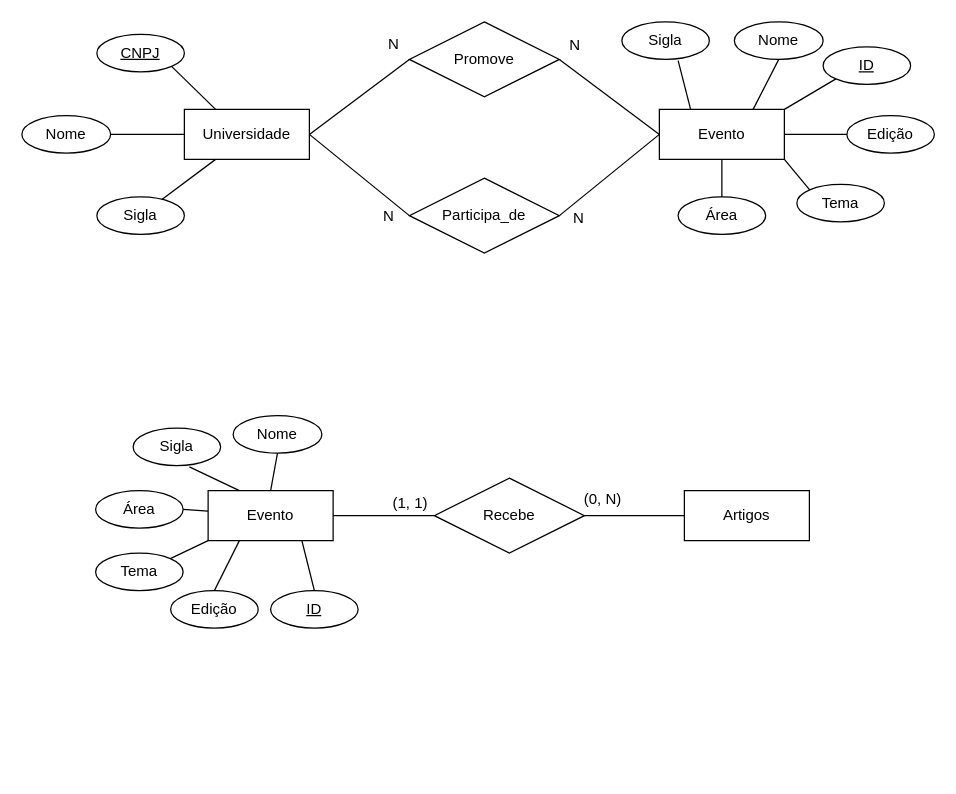
This is BD Semana1 Ex1-2.drawio from alinesp28/Banco-de-Dados, a draw.io file, before an edit. Source tidied: cells renumbered, new cells numbered last; positions are measured from the earlier drawing's top-left corner, leaving out a move shared by most shapes. Both pictures are drawn from the tidied source at 125%, with x=0, y=0 at pixel (21, 21).
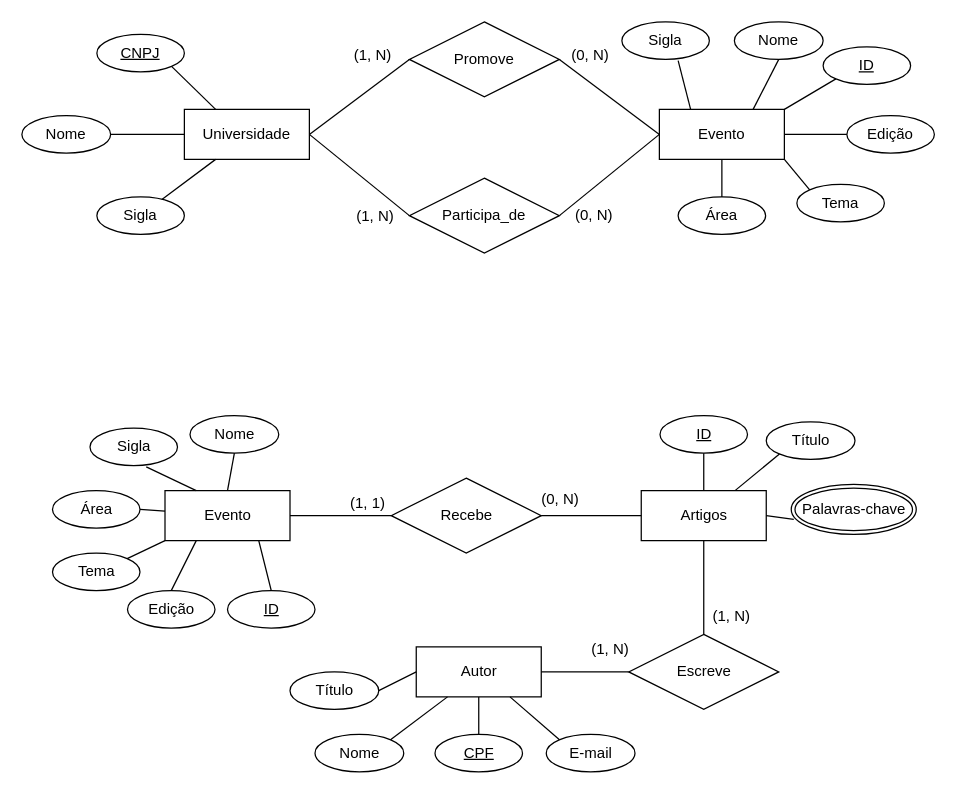
Above is the later version.

Commit message:
Complementando a implementação que estava faltando

The change refers to these unchanged cells:
```xml
<mxCell id="5" style="endArrow=none;html=1;rounded=0;exitX=1;exitY=0.5;exitDx=0;exitDy=0;entryX=0;entryY=0.5;entryDx=0;entryDy=0;" parent="1" edge="1" source="3" target="4">
  <mxGeometry relative="1" as="geometry" />
</mxCell>
<mxCell id="7" style="endArrow=none;html=1;rounded=0;entryX=1;entryY=0.5;entryDx=0;entryDy=0;exitX=0;exitY=0.5;exitDx=0;exitDy=0;" parent="1" edge="1" source="2" target="4">
  <mxGeometry relative="1" as="geometry" />
</mxCell>
<mxCell id="28" style="endArrow=none;html=1;rounded=0;exitX=1;exitY=0.5;exitDx=0;exitDy=0;entryX=0;entryY=0.5;entryDx=0;entryDy=0;" parent="1" edge="1" source="3" target="24">
  <mxGeometry relative="1" as="geometry" />
</mxCell>
<mxCell id="30" style="endArrow=none;html=1;rounded=0;entryX=1;entryY=0.5;entryDx=0;entryDy=0;exitX=0;exitY=0.5;exitDx=0;exitDy=0;" parent="1" edge="1" source="2" target="24">
  <mxGeometry relative="1" as="geometry" />
</mxCell>
```

Change to the diagram source:
```diff
@@
-    <mxCell id="6" value="N" style="html=1;align=right;verticalAlign=bottom;" parent="5" vertex="1">
+    <mxCell id="6" value="(1, N)" style="html=1;align=right;verticalAlign=bottom;" parent="5" vertex="1">
       <mxGeometry x="1" relative="1" as="geometry">
-        <mxPoint x="-8" y="-4" as="offset" />
+        <mxPoint x="-14" y="5" as="offset" />
       </mxGeometry>
     </mxCell>
@@
-    <mxCell id="8" value="N" style="html=1;align=right;verticalAlign=bottom;" parent="7" vertex="1">
+    <mxCell id="8" value="(0, N)" style="html=1;align=right;verticalAlign=bottom;" parent="7" vertex="1">
       <mxGeometry x="1" relative="1" as="geometry">
-        <mxPoint x="17" y="-3" as="offset" />
+        <mxPoint x="40" y="5" as="offset" />
       </mxGeometry>
     </mxCell>
@@
-    <mxCell id="29" value="N" style="html=1;align=right;verticalAlign=bottom;" parent="28" vertex="1">
+    <mxCell id="29" value="(1, N)" style="html=1;align=right;verticalAlign=bottom;" parent="28" vertex="1">
       <mxGeometry x="1" relative="1" as="geometry">
         <mxPoint x="-12" y="9" as="offset" />
       </mxGeometry>
     </mxCell>
@@
-    <mxCell id="31" value="N" style="html=1;align=right;verticalAlign=bottom;" parent="30" vertex="1">
+    <mxCell id="31" value="(0, N)" style="html=1;align=right;verticalAlign=bottom;" parent="30" vertex="1">
       <mxGeometry x="1" relative="1" as="geometry">
-        <mxPoint x="20" y="10" as="offset" />
+        <mxPoint x="43" y="8" as="offset" />
       </mxGeometry>
     </mxCell>
     <mxCell id="32" value="Evento" style="whiteSpace=wrap;html=1;align=center;" parent="1" vertex="1">
-      <mxGeometry x="149" y="375" width="100" height="40" as="geometry" />
+      <mxGeometry x="114.5" y="375" width="100" height="40" as="geometry" />
     </mxCell>
     <mxCell id="33" value="Nome" style="ellipse;whiteSpace=wrap;html=1;align=center;" parent="1" vertex="1">
-      <mxGeometry x="169" y="315" width="71" height="30" as="geometry" />
+      <mxGeometry x="134.5" y="315" width="71" height="30" as="geometry" />
     </mxCell>
@@
     <mxCell id="35" value="ID" style="ellipse;whiteSpace=wrap;html=1;align=center;fontStyle=4;" parent="1" vertex="1">
-      <mxGeometry x="199" y="455" width="70" height="30" as="geometry" />
+      <mxGeometry x="164.5" y="455" width="70" height="30" as="geometry" />
     </mxCell>
     <mxCell id="36" value="Sigla" style="ellipse;whiteSpace=wrap;html=1;align=center;" parent="1" vertex="1">
-      <mxGeometry x="89" y="325" width="70" height="30" as="geometry" />
+      <mxGeometry x="54.5" y="325" width="70" height="30" as="geometry" />
     </mxCell>
     <mxCell id="37" value="Edição" style="ellipse;whiteSpace=wrap;html=1;align=center;" parent="1" vertex="1">
-      <mxGeometry x="119" y="455" width="70" height="30" as="geometry" />
+      <mxGeometry x="84.5" y="455" width="70" height="30" as="geometry" />
     </mxCell>
     <mxCell id="38" value="Tema" style="ellipse;whiteSpace=wrap;html=1;align=center;" parent="1" vertex="1">
-      <mxGeometry x="59" y="425" width="70" height="30" as="geometry" />
+      <mxGeometry x="24.5" y="425" width="70" height="30" as="geometry" />
     </mxCell>
     <mxCell id="39" value="Área" style="ellipse;whiteSpace=wrap;html=1;align=center;" parent="1" vertex="1">
-      <mxGeometry x="59" y="375" width="70" height="30" as="geometry" />
+      <mxGeometry x="24.5" y="375" width="70" height="30" as="geometry" />
     </mxCell>
@@
     <mxCell id="45" value="Recebe" style="shape=rhombus;perimeter=rhombusPerimeter;whiteSpace=wrap;html=1;align=center;" parent="1" vertex="1">
-      <mxGeometry x="330" y="365" width="120" height="60" as="geometry" />
+      <mxGeometry x="295.5" y="365" width="120" height="60" as="geometry" />
     </mxCell>
     <mxCell id="46" value="Artigos" style="whiteSpace=wrap;html=1;align=center;" parent="1" vertex="1">
-      <mxGeometry x="530" y="375" width="100" height="40" as="geometry" />
+      <mxGeometry x="495.5" y="375" width="100" height="40" as="geometry" />
     </mxCell>
@@
+    <mxCell id="51" value="ID" style="ellipse;whiteSpace=wrap;html=1;align=center;fontStyle=4;" parent="1" vertex="1">
+      <mxGeometry x="510.5" y="315" width="70" height="30" as="geometry" />
+    </mxCell>
+    <mxCell id="52" style="endArrow=none;html=1;rounded=0;exitX=0.5;exitY=1;exitDx=0;exitDy=0;entryX=0.5;entryY=0;entryDx=0;entryDy=0;" parent="1" edge="1" source="51" target="46">
+      <mxGeometry relative="1" as="geometry" />
+    </mxCell>
+    <mxCell id="53" value="Título" style="ellipse;whiteSpace=wrap;html=1;align=center;" parent="1" vertex="1">
+      <mxGeometry x="595.5" y="320" width="71" height="30" as="geometry" />
+    </mxCell>
+    <mxCell id="54" style="endArrow=none;html=1;rounded=0;exitX=0;exitY=1;exitDx=0;exitDy=0;entryX=0.75;entryY=0;entryDx=0;entryDy=0;" parent="1" edge="1" source="53" target="46">
+      <mxGeometry relative="1" as="geometry" />
+    </mxCell>
+    <mxCell id="55" value="Palavras-chave" style="ellipse;shape=doubleEllipse;margin=3;whiteSpace=wrap;html=1;align=center;" parent="1" vertex="1">
+      <mxGeometry x="615.5" y="370" width="100" height="40" as="geometry" />
+    </mxCell>
+    <mxCell id="56" style="endArrow=none;html=1;rounded=0;entryX=0.02;entryY=0.7;entryDx=0;entryDy=0;entryPerimeter=0;exitX=1;exitY=0.5;exitDx=0;exitDy=0;" parent="1" edge="1" source="46" target="55">
+      <mxGeometry relative="1" as="geometry" />
+    </mxCell>
+    <mxCell id="57" value="Autor" style="whiteSpace=wrap;html=1;align=center;" parent="1" vertex="1">
+      <mxGeometry x="315.5" y="500" width="100" height="40" as="geometry" />
+    </mxCell>
+    <mxCell id="58" value="Escreve" style="shape=rhombus;perimeter=rhombusPerimeter;whiteSpace=wrap;html=1;align=center;" parent="1" vertex="1">
+      <mxGeometry x="485.5" y="490" width="120" height="60" as="geometry" />
+    </mxCell>
+    <mxCell id="59" style="endArrow=none;html=1;rounded=0;entryX=1;entryY=0.5;entryDx=0;entryDy=0;exitX=0;exitY=0.5;exitDx=0;exitDy=0;" parent="1" edge="1" source="58" target="57">
+      <mxGeometry relative="1" as="geometry" />
+    </mxCell>
+    <mxCell id="60" value="(1, N)" style="html=1;align=right;verticalAlign=bottom;" parent="59" vertex="1">
+      <mxGeometry x="1" relative="1" as="geometry">
+        <mxPoint x="70" y="-10" as="offset" />
+      </mxGeometry>
+    </mxCell>
+    <mxCell id="61" style="endArrow=none;html=1;rounded=0;entryX=0.5;entryY=0;entryDx=0;entryDy=0;exitX=0.5;exitY=1;exitDx=0;exitDy=0;" parent="1" edge="1" source="46" target="58">
+      <mxGeometry relative="1" as="geometry" />
+    </mxCell>
+    <mxCell id="62" value="(1, N)" style="html=1;align=right;verticalAlign=bottom;" parent="61" vertex="1">
+      <mxGeometry x="1" relative="1" as="geometry">
+        <mxPoint x="37" y="-6" as="offset" />
+      </mxGeometry>
+    </mxCell>
+    <mxCell id="63" value="CPF" style="ellipse;whiteSpace=wrap;html=1;align=center;fontStyle=4;" parent="1" vertex="1">
+      <mxGeometry x="330.5" y="570" width="70" height="30" as="geometry" />
+    </mxCell>
+    <mxCell id="64" style="endArrow=none;html=1;rounded=0;entryX=0.5;entryY=0;entryDx=0;entryDy=0;exitX=0.5;exitY=1;exitDx=0;exitDy=0;" parent="1" edge="1" source="57" target="63">
+      <mxGeometry relative="1" as="geometry" />
+    </mxCell>
+    <mxCell id="65" value="Nome" style="ellipse;whiteSpace=wrap;html=1;align=center;" parent="1" vertex="1">
+      <mxGeometry x="234.5" y="570" width="71" height="30" as="geometry" />
+    </mxCell>
+    <mxCell id="66" style="endArrow=none;html=1;rounded=0;entryX=1;entryY=0;entryDx=0;entryDy=0;exitX=0.25;exitY=1;exitDx=0;exitDy=0;" parent="1" edge="1" source="57" target="65">
+      <mxGeometry relative="1" as="geometry" />
+    </mxCell>
+    <mxCell id="67" value="Título" style="ellipse;whiteSpace=wrap;html=1;align=center;" parent="1" vertex="1">
+      <mxGeometry x="214.5" y="520" width="71" height="30" as="geometry" />
+    </mxCell>
+    <mxCell id="68" style="endArrow=none;html=1;rounded=0;entryX=1;entryY=0.5;entryDx=0;entryDy=0;exitX=0;exitY=0.5;exitDx=0;exitDy=0;" parent="1" edge="1" source="57" target="67">
+      <mxGeometry relative="1" as="geometry" />
+    </mxCell>
+    <mxCell id="69" value="E-mail" style="ellipse;whiteSpace=wrap;html=1;align=center;" parent="1" vertex="1">
+      <mxGeometry x="419.5" y="570" width="71" height="30" as="geometry" />
+    </mxCell>
+    <mxCell id="70" style="endArrow=none;html=1;rounded=0;exitX=0.75;exitY=1;exitDx=0;exitDy=0;entryX=0;entryY=0;entryDx=0;entryDy=0;" parent="1" edge="1" source="57" target="69">
+      <mxGeometry relative="1" as="geometry" />
+    </mxCell>
```
